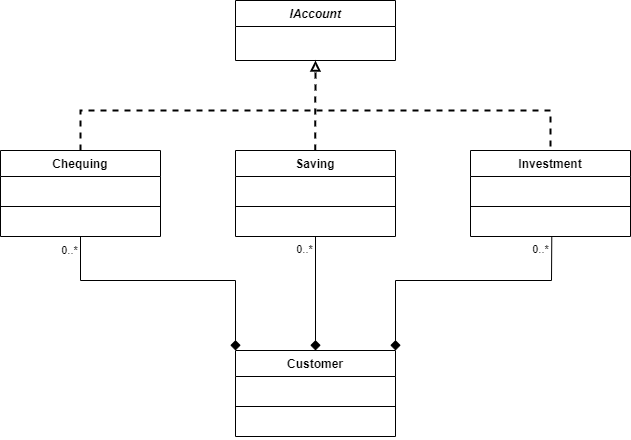
Earlier version of the draw.io export Design Patterns/Structural/Facade/No Facade Class Diagram.png (smitbmx/Architecture-Diagrams). Source tidied: cells renumbered, new cells last; positions are measured from the earlier drawing's top-left corner, leaving out a move shared by most shapes.
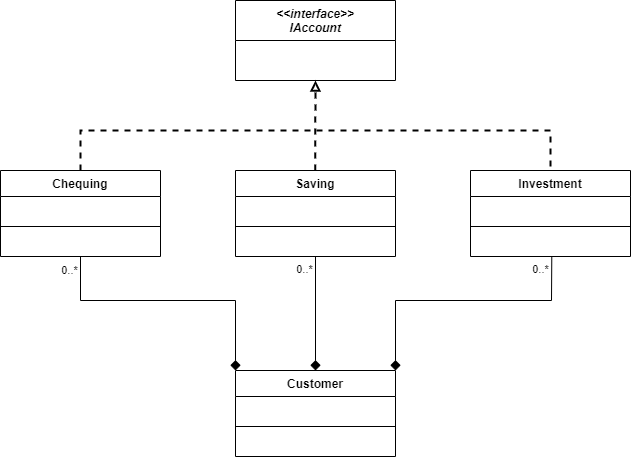
After the change.

What changed in the source:
```diff
@@ -2,8 +2,8 @@
   <root>
     <mxCell id="0" />
     <mxCell id="1" parent="0" />
-    <mxCell id="2" value="IAccount" style="swimlane;fontStyle=3;align=center;verticalAlign=top;horizontal=1;startSize=26;" parent="1" vertex="1">
-      <mxGeometry x="235" width="160" height="60" as="geometry" />
+    <mxCell id="2" value="&lt;&lt;interface&gt;&gt;&#10;IAccount" style="swimlane;fontStyle=3;align=center;verticalAlign=top;horizontal=1;startSize=40;" parent="1" vertex="1">
+      <mxGeometry x="235" y="-20" width="160" height="80" as="geometry" />
     </mxCell>
     <mxCell id="3" value="Chequing" style="swimlane;fontStyle=1;align=center;verticalAlign=top;horizontal=1;startSize=26;" parent="1" vertex="1">
       <mxGeometry y="150" width="160" height="86" as="geometry" />
```
